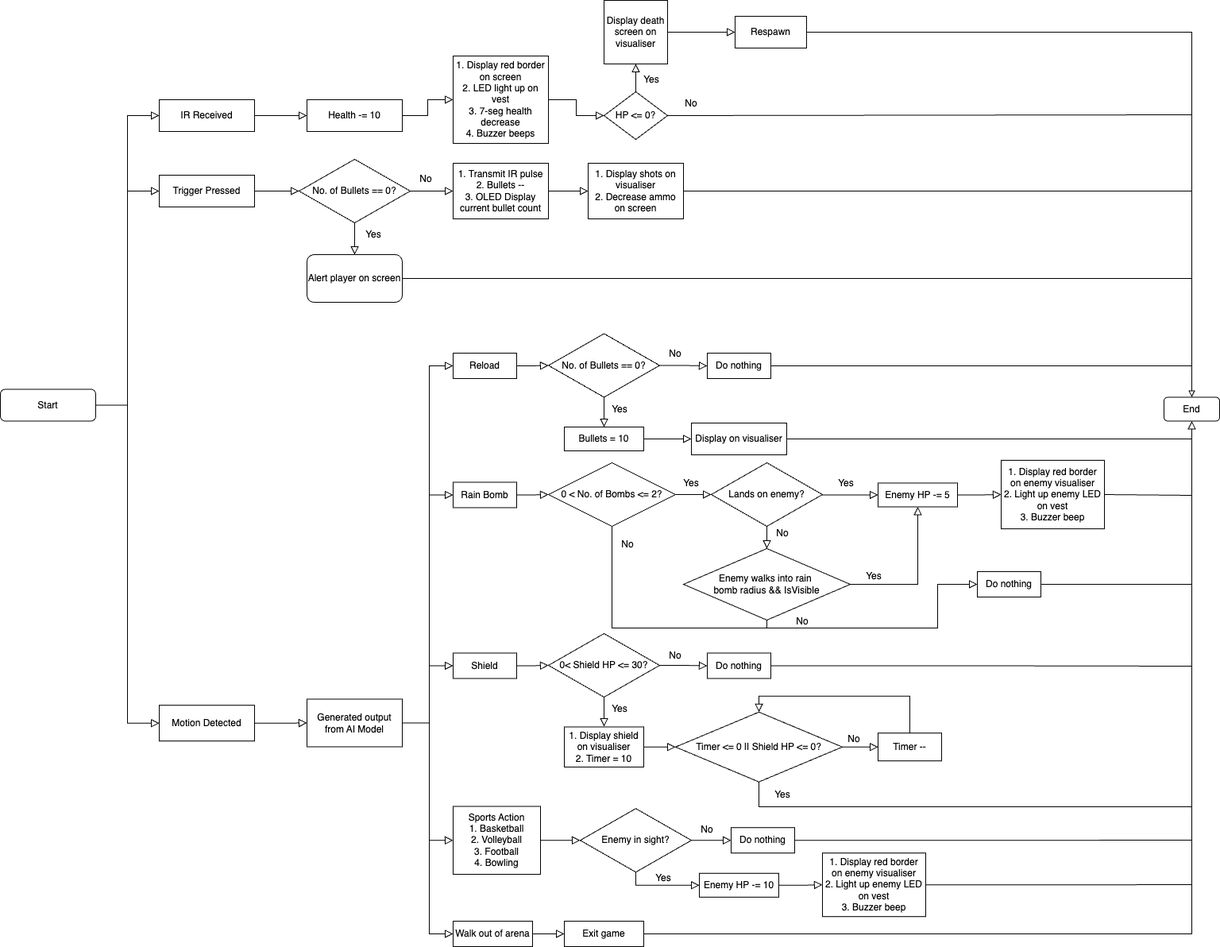
Earlier version of the draw.io export Diagrams/Flow Diagram.png (J0shuaLeong/CG4002). Source tidied: cells renumbered, new cells last; positions are measured from the earlier drawing's top-left corner, leaving out a move shared by most shapes.
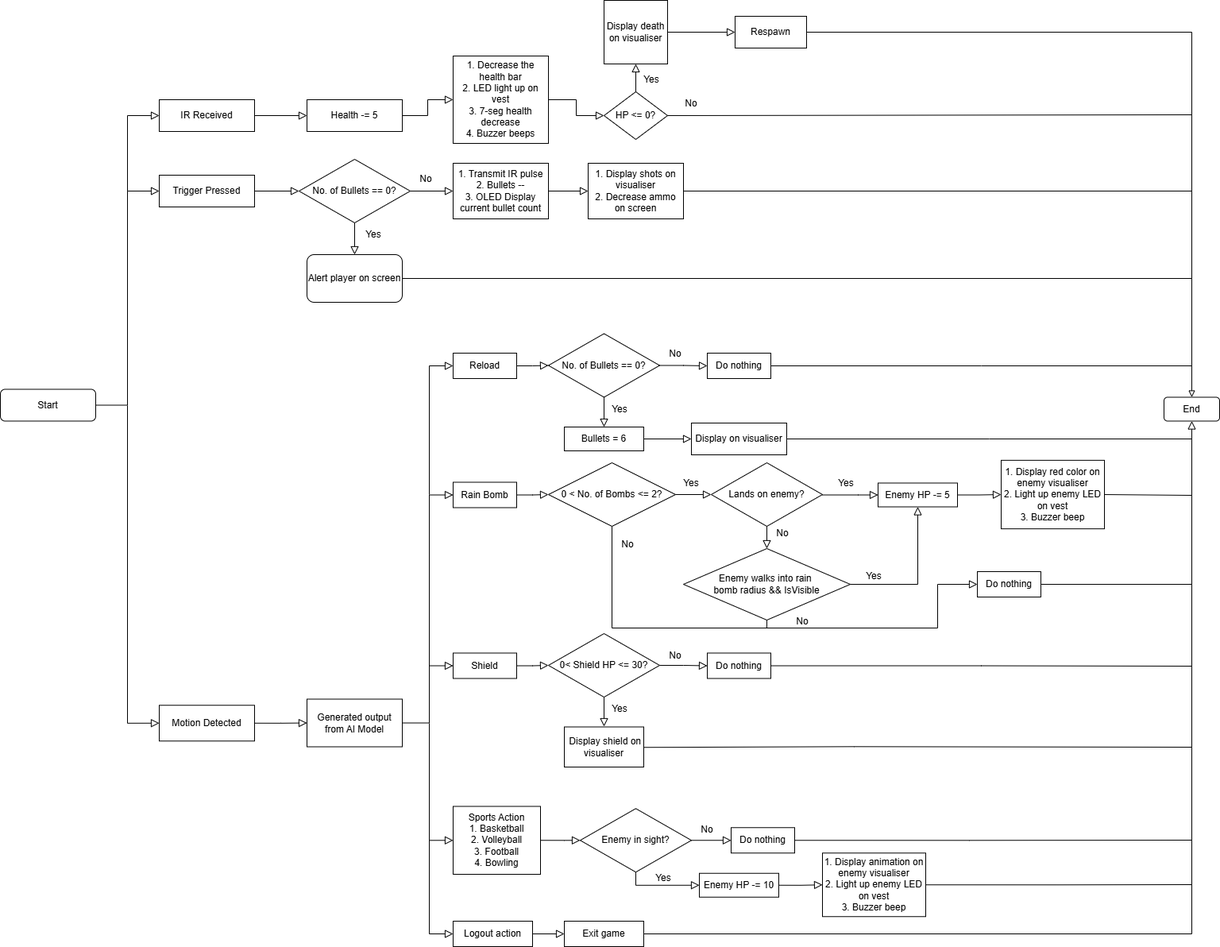
The same diagram one commit later.

The edit, as a diff of the source:
```diff
@@ -57,13 +57,13 @@
         <mxPoint x="1500" y="240" as="targetPoint" />
       </mxGeometry>
     </mxCell>
-    <mxCell id="18" value="Health -= 10" style="rounded=0;whiteSpace=wrap;html=1;" parent="1" vertex="1">
+    <mxCell id="18" value="Health -= 5" style="rounded=0;whiteSpace=wrap;html=1;" parent="1" vertex="1">
       <mxGeometry x="386" y="125" width="120" height="40" as="geometry" />
     </mxCell>
     <mxCell id="19" style="rounded=0;html=1;jettySize=auto;fontSize=11;endArrow=block;endFill=0;endSize=8;strokeWidth=1;shadow=0;labelBackgroundColor=none;edgeStyle=orthogonalEdgeStyle;entryX=0;entryY=0.5;entryDx=0;entryDy=0;exitX=1;exitY=0.5;exitDx=0;exitDy=0;" parent="1" edge="1" source="14" target="18">
       <mxGeometry relative="1" as="geometry" />
     </mxCell>
-    <mxCell id="20" value="1. Display red border on screen&lt;div&gt;2. LED light up on vest&lt;/div&gt;&lt;div&gt;3. 7-seg health decrease&lt;/div&gt;&lt;div&gt;4. Buzzer beeps&lt;/div&gt;" style="rounded=0;whiteSpace=wrap;html=1;" parent="1" vertex="1">
+    <mxCell id="20" value="1. Decrease the health bar&lt;div&gt;2. LED light up on vest&lt;/div&gt;&lt;div&gt;3. 7-seg health decrease&lt;/div&gt;&lt;div&gt;4. Buzzer beeps&lt;/div&gt;" style="rounded=0;whiteSpace=wrap;html=1;" parent="1" vertex="1">
       <mxGeometry x="570" y="70" width="120" height="110" as="geometry" />
     </mxCell>
     <mxCell id="21" style="rounded=0;html=1;jettySize=auto;fontSize=11;endArrow=block;endFill=0;endSize=8;strokeWidth=1;shadow=0;labelBackgroundColor=none;edgeStyle=orthogonalEdgeStyle;exitX=1;exitY=0.5;exitDx=0;exitDy=0;entryX=0;entryY=0.5;entryDx=0;entryDy=0;" parent="1" edge="1" source="18" target="20">
@@ -81,7 +81,7 @@
     <mxCell id="25" value="No" style="text;html=1;align=center;verticalAlign=middle;whiteSpace=wrap;rounded=0;" parent="1" vertex="1">
       <mxGeometry x="840" y="115" width="60" height="30" as="geometry" />
     </mxCell>
-    <mxCell id="26" value="Display death screen on visualiser" style="whiteSpace=wrap;html=1;" parent="1" vertex="1">
+    <mxCell id="26" value="Display death on visualiser" style="whiteSpace=wrap;html=1;" parent="1" vertex="1">
       <mxGeometry x="760" width="80" height="80" as="geometry" />
     </mxCell>
     <mxCell id="27" style="rounded=0;html=1;jettySize=auto;fontSize=11;endArrow=block;endFill=0;endSize=8;strokeWidth=1;shadow=0;labelBackgroundColor=none;edgeStyle=orthogonalEdgeStyle;exitX=0.5;exitY=0;exitDx=0;exitDy=0;entryX=0.5;entryY=1;entryDx=0;entryDy=0;" parent="1" edge="1" source="22" target="26">
@@ -149,7 +149,7 @@
     <mxCell id="44" style="rounded=0;html=1;jettySize=auto;fontSize=11;endArrow=block;endFill=0;endSize=8;strokeWidth=1;shadow=0;labelBackgroundColor=none;edgeStyle=orthogonalEdgeStyle;exitX=0.5;exitY=1;exitDx=0;exitDy=0;entryX=0.5;entryY=0;entryDx=0;entryDy=0;" parent="1" edge="1" source="38" target="45">
       <mxGeometry relative="1" as="geometry" />
     </mxCell>
-    <mxCell id="45" value="Bullets = 10" style="rounded=0;whiteSpace=wrap;html=1;" parent="1" vertex="1">
+    <mxCell id="45" value="Bullets = 6" style="rounded=0;whiteSpace=wrap;html=1;" parent="1" vertex="1">
       <mxGeometry x="710" y="537" width="100" height="30" as="geometry" />
     </mxCell>
     <mxCell id="46" value="Display on visualiser" style="rounded=0;whiteSpace=wrap;html=1;" parent="1" vertex="1">
@@ -190,7 +190,7 @@
     <mxCell id="57" value="No" style="text;html=1;align=center;verticalAlign=middle;whiteSpace=wrap;rounded=0;" parent="1" vertex="1">
       <mxGeometry x="760" y="669.5" width="60" height="30" as="geometry" />
     </mxCell>
-    <mxCell id="58" value="1. Display red border on enemy visualiser&lt;div&gt;2. Light up enemy LED on vest&lt;/div&gt;&lt;div&gt;3. Buzzer beep&lt;/div&gt;" style="rounded=0;whiteSpace=wrap;html=1;" parent="1" vertex="1">
+    <mxCell id="58" value="1. Display red color on enemy visualiser&lt;div&gt;2. Light up enemy LED on vest&lt;/div&gt;&lt;div&gt;3. Buzzer beep&lt;/div&gt;" style="rounded=0;whiteSpace=wrap;html=1;" parent="1" vertex="1">
       <mxGeometry x="1260" y="578.9" width="130" height="86.2" as="geometry" />
     </mxCell>
     <mxCell id="59" value="Do nothing" style="rounded=0;whiteSpace=wrap;html=1;" parent="1" vertex="1">
@@ -210,12 +210,9 @@
         <mxPoint x="760" y="914" as="targetPoint" />
       </mxGeometry>
     </mxCell>
-    <mxCell id="64" value="1. Display shield on visualiser&lt;div&gt;2. Timer = 10&lt;/div&gt;" style="rounded=0;whiteSpace=wrap;html=1;" parent="1" vertex="1">
+    <mxCell id="64" value="&amp;nbsp;Display shield on visualiser" style="rounded=0;whiteSpace=wrap;html=1;" parent="1" vertex="1">
       <mxGeometry x="710" y="914.5" width="100" height="50.5" as="geometry" />
     </mxCell>
-    <mxCell id="65" style="rounded=0;html=1;jettySize=auto;fontSize=11;endArrow=block;endFill=0;endSize=8;strokeWidth=1;shadow=0;labelBackgroundColor=none;edgeStyle=orthogonalEdgeStyle;exitX=1;exitY=0.5;exitDx=0;exitDy=0;entryX=0;entryY=0.5;entryDx=0;entryDy=0;" parent="1" edge="1" source="64" target="70">
-      <mxGeometry relative="1" as="geometry" />
-    </mxCell>
     <mxCell id="66" value="Yes" style="text;html=1;align=center;verticalAlign=middle;whiteSpace=wrap;rounded=0;" parent="1" vertex="1">
       <mxGeometry x="750" y="877" width="60" height="30" as="geometry" />
     </mxCell>
@@ -234,29 +231,6 @@
         </Array>
       </mxGeometry>
     </mxCell>
-    <mxCell id="70" value="Timer &amp;lt;= 0 || Shield HP &amp;lt;= 0?" style="rhombus;whiteSpace=wrap;html=1;" parent="1" vertex="1">
-      <mxGeometry x="850" y="895.8" width="210" height="87.9" as="geometry" />
-    </mxCell>
-    <mxCell id="71" value="Timer --" style="rounded=0;whiteSpace=wrap;html=1;" parent="1" vertex="1">
-      <mxGeometry x="1105" y="922.2" width="80" height="35" as="geometry" />
-    </mxCell>
-    <mxCell id="72" style="rounded=0;html=1;jettySize=auto;fontSize=11;endArrow=block;endFill=0;endSize=8;strokeWidth=1;shadow=0;labelBackgroundColor=none;edgeStyle=orthogonalEdgeStyle;exitX=1;exitY=0.5;exitDx=0;exitDy=0;entryX=0;entryY=0.5;entryDx=0;entryDy=0;" parent="1" edge="1" source="70" target="71">
-      <mxGeometry relative="1" as="geometry" />
-    </mxCell>
-    <mxCell id="73" value="No" style="text;html=1;align=center;verticalAlign=middle;whiteSpace=wrap;rounded=0;" parent="1" vertex="1">
-      <mxGeometry x="1045" y="914.5" width="60" height="30" as="geometry" />
-    </mxCell>
-    <mxCell id="74" style="rounded=0;html=1;jettySize=auto;fontSize=11;endArrow=block;endFill=0;endSize=8;strokeWidth=1;shadow=0;labelBackgroundColor=none;edgeStyle=orthogonalEdgeStyle;exitX=0.5;exitY=0;exitDx=0;exitDy=0;entryX=0.5;entryY=0;entryDx=0;entryDy=0;" parent="1" edge="1" source="71" target="70">
-      <mxGeometry relative="1" as="geometry" />
-    </mxCell>
-    <mxCell id="75" style="rounded=0;html=1;jettySize=auto;fontSize=11;endArrow=none;endFill=0;endSize=8;strokeWidth=1;shadow=0;labelBackgroundColor=none;edgeStyle=orthogonalEdgeStyle;exitX=0.5;exitY=1;exitDx=0;exitDy=0;" parent="1" edge="1" source="70">
-      <mxGeometry relative="1" as="geometry">
-        <mxPoint x="1500" y="1015" as="targetPoint" />
-        <Array as="points">
-          <mxPoint x="955" y="1015" />
-        </Array>
-      </mxGeometry>
-    </mxCell>
     <mxCell id="76" style="rounded=0;html=1;jettySize=auto;fontSize=11;endArrow=block;endFill=0;endSize=8;strokeWidth=1;shadow=0;labelBackgroundColor=none;edgeStyle=orthogonalEdgeStyle;entryX=0;entryY=0.5;entryDx=0;entryDy=0;exitX=1;exitY=0.5;exitDx=0;exitDy=0;" parent="1" edge="1" source="35" target="60">
       <mxGeometry relative="1" as="geometry">
         <Array as="points">
@@ -296,7 +270,7 @@
     <mxCell id="83" value="Yes" style="text;html=1;align=center;verticalAlign=middle;whiteSpace=wrap;rounded=0;" parent="1" vertex="1">
       <mxGeometry x="800" y="1050" width="60" height="30" as="geometry" />
     </mxCell>
-    <mxCell id="84" value="1. Display red border on enemy visualiser&lt;div&gt;2. Light up enemy LED on vest&lt;/div&gt;&lt;div&gt;3. Buzzer beep&lt;/div&gt;" style="rounded=0;whiteSpace=wrap;html=1;" parent="1" vertex="1">
+    <mxCell id="84" value="1. Display animation on enemy visualiser&lt;div&gt;2. Light up enemy LED on vest&lt;/div&gt;&lt;div&gt;3. Buzzer beep&lt;/div&gt;" style="rounded=0;whiteSpace=wrap;html=1;" parent="1" vertex="1">
       <mxGeometry x="1035" y="1073.2" width="130" height="80" as="geometry" />
     </mxCell>
     <mxCell id="85" value="Do nothing" style="rounded=0;whiteSpace=wrap;html=1;" parent="1" vertex="1">
@@ -321,7 +295,7 @@
         </Array>
       </mxGeometry>
     </mxCell>
-    <mxCell id="89" value="Walk out of arena" style="rounded=0;whiteSpace=wrap;html=1;" parent="1" vertex="1">
+    <mxCell id="89" value="Logout action" style="rounded=0;whiteSpace=wrap;html=1;" parent="1" vertex="1">
       <mxGeometry x="570" y="1159" width="100" height="32" as="geometry" />
     </mxCell>
     <mxCell id="90" style="rounded=0;html=1;jettySize=auto;fontSize=11;endArrow=block;endFill=0;endSize=8;strokeWidth=1;shadow=0;labelBackgroundColor=none;edgeStyle=orthogonalEdgeStyle;exitX=1;exitY=0.5;exitDx=0;exitDy=0;entryX=0;entryY=0.5;entryDx=0;entryDy=0;" parent="1" edge="1" source="89" target="91">
@@ -381,9 +355,6 @@
     <mxCell id="102" value="No" style="text;html=1;align=center;verticalAlign=middle;whiteSpace=wrap;rounded=0;" parent="1" vertex="1">
       <mxGeometry x="820" y="810" width="60" height="30" as="geometry" />
     </mxCell>
-    <mxCell id="103" value="Yes" style="text;html=1;align=center;verticalAlign=middle;whiteSpace=wrap;rounded=0;" parent="1" vertex="1">
-      <mxGeometry x="955" y="985" width="60" height="30" as="geometry" />
-    </mxCell>
     <mxCell id="104" style="rounded=0;html=1;jettySize=auto;fontSize=11;endArrow=block;endFill=0;endSize=8;strokeWidth=1;shadow=0;labelBackgroundColor=none;edgeStyle=orthogonalEdgeStyle;exitX=0;exitY=1;exitDx=0;exitDy=0;entryX=0;entryY=0.5;entryDx=0;entryDy=0;" parent="1" edge="1" source="100" target="55">
       <mxGeometry relative="1" as="geometry">
         <Array as="points">
@@ -438,5 +409,15 @@
     <mxCell id="114" style="rounded=0;html=1;jettySize=auto;fontSize=11;endArrow=block;endFill=0;endSize=8;strokeWidth=1;shadow=0;labelBackgroundColor=none;edgeStyle=orthogonalEdgeStyle;exitX=1;exitY=0.5;exitDx=0;exitDy=0;entryX=0;entryY=0.5;entryDx=0;entryDy=0;" parent="1" edge="1" source="26" target="29">
       <mxGeometry relative="1" as="geometry" />
     </mxCell>
+    <mxCell id="115" style="rounded=0;html=1;jettySize=auto;orthogonalLoop=1;fontSize=11;endArrow=none;endFill=0;endSize=8;strokeWidth=1;shadow=0;labelBackgroundColor=none;edgeStyle=orthogonalEdgeStyle;exitX=1;exitY=0.5;exitDx=0;exitDy=0;" parent="1" edge="1">
+      <mxGeometry relative="1" as="geometry">
+        <mxPoint x="810" y="940.2" as="sourcePoint" />
+        <mxPoint x="1500" y="940" as="targetPoint" />
+        <Array as="points">
+          <mxPoint x="1075" y="939.2" />
+          <mxPoint x="1340" y="940.2" />
+        </Array>
+      </mxGeometry>
+    </mxCell>
   </root>
 </mxGraphModel>
```
